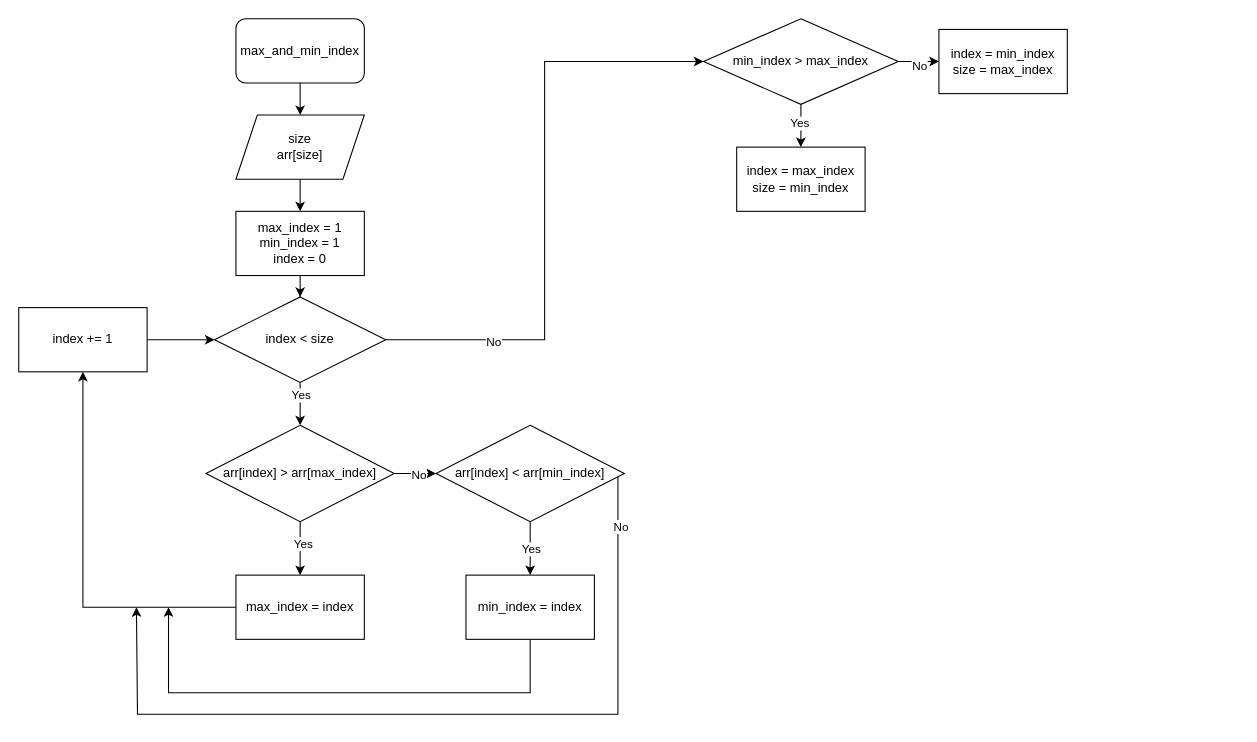
Before: max_and_min_index.drawio in beemaster1972/beegeek, a draw.io diagram. Source tidied: cells renumbered, new cells numbered last; positions are measured from the earlier drawing's top-left corner, leaving out a move shared by most shapes. Both pictures are drawn from the tidied source at 107%, with x=0, y=0 at pixel (18, 18).
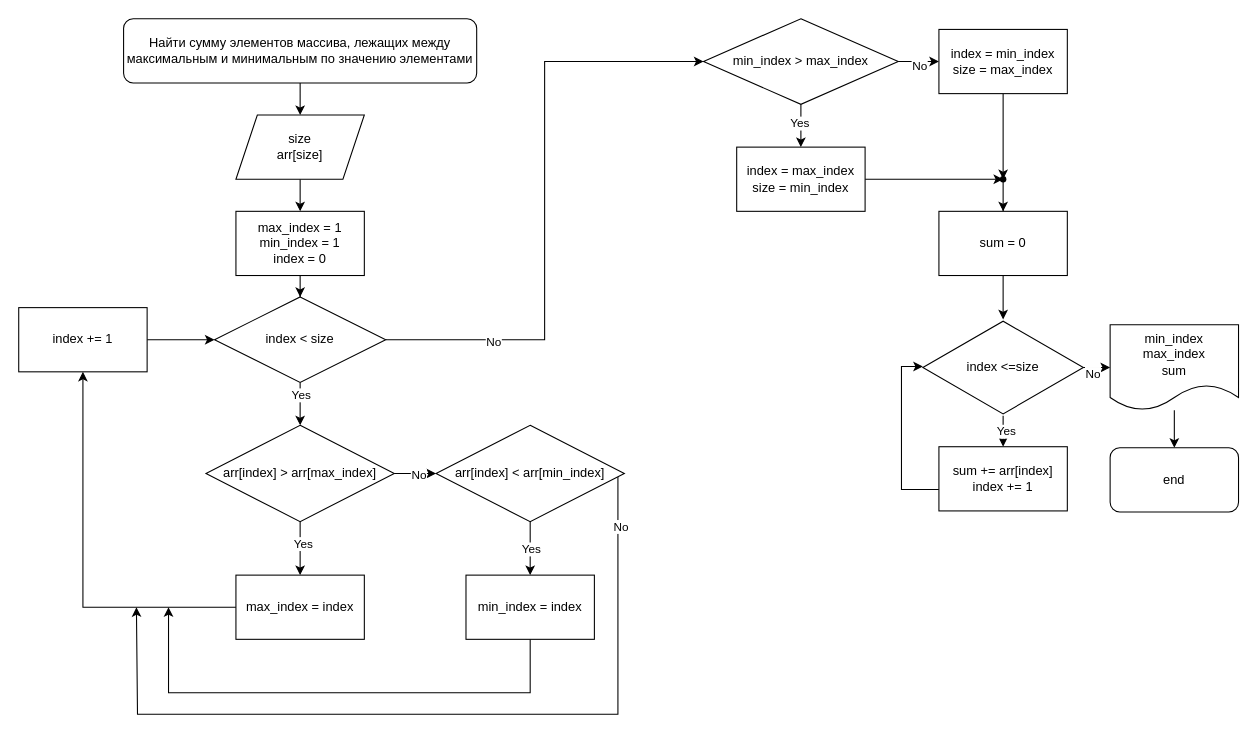
The same page after the edit.

Unchanged cells that the change refers to:
```xml
<mxCell id="35" value="index = max_index&lt;br&gt;size = min_index" style="rounded=0;whiteSpace=wrap;html=1;" parent="1" vertex="1">
  <mxGeometry x="671" y="120" width="120" height="60" as="geometry" />
</mxCell>
<mxCell id="36" value="index = min_index&lt;br&gt;size = max_index" style="rounded=0;whiteSpace=wrap;html=1;" parent="1" vertex="1">
  <mxGeometry x="860" y="10" width="120" height="60" as="geometry" />
</mxCell>
```

What changed in the source:
```diff
@@
-    <mxCell id="3" value="max_and_min_index" style="rounded=1;whiteSpace=wrap;html=1;" parent="1" vertex="1">
-      <mxGeometry x="203" width="120" height="60" as="geometry" />
+    <mxCell id="3" value="Найти сумму элементов массива, лежащих между максимальным и минимальным по значению элементами" style="rounded=1;whiteSpace=wrap;html=1;" parent="1" vertex="1">
+      <mxGeometry x="98" width="330" height="60" as="geometry" />
     </mxCell>
@@
+    <mxCell id="37" style="edgeStyle=orthogonalEdgeStyle;rounded=0;jettySize=auto;html=1;" parent="1" edge="1" source="35" target="40">
+      <mxGeometry relative="1" as="geometry" />
+    </mxCell>
@@
+    <mxCell id="38" style="edgeStyle=orthogonalEdgeStyle;rounded=0;jettySize=auto;html=1;" parent="1" edge="1" source="36" target="40">
+      <mxGeometry relative="1" as="geometry" />
+    </mxCell>
@@
+    <mxCell id="39" style="edgeStyle=orthogonalEdgeStyle;rounded=0;jettySize=auto;html=1;" parent="1" edge="1" source="40" target="47">
+      <mxGeometry relative="1" as="geometry" />
+    </mxCell>
+    <mxCell id="40" style="shape=waypoint;sketch=0;size=6;points=[];fillColor=default;perimeter=centerPerimeter;snapToPoint=1;rounded=0;" parent="1" vertex="1">
+      <mxGeometry x="910" y="140" width="20" height="20" as="geometry" />
+    </mxCell>
+    <mxCell id="41" style="edgeStyle=orthogonalEdgeStyle;rounded=0;jettySize=auto;html=1;" parent="1" edge="1" source="45" target="49">
+      <mxGeometry relative="1" as="geometry" />
+    </mxCell>
+    <mxCell id="42" value="Yes" style="edgeLabel;html=1;align=center;verticalAlign=middle;" parent="41" vertex="1">
+      <mxGeometry x="0.41" y="2" relative="1" as="geometry" />
+    </mxCell>
+    <mxCell id="43" style="edgeStyle=orthogonalEdgeStyle;rounded=0;jettySize=auto;html=1;" parent="1" edge="1" source="45" target="51">
+      <mxGeometry relative="1" as="geometry" />
+    </mxCell>
+    <mxCell id="44" value="No" style="edgeLabel;html=1;align=center;verticalAlign=middle;" parent="43" vertex="1">
+      <mxGeometry x="0.38" y="-5" relative="1" as="geometry" />
+    </mxCell>
+    <mxCell id="45" value="index &amp;lt;=size" style="html=1;whiteSpace=wrap;shape=isoRectangle;" parent="1" vertex="1">
+      <mxGeometry x="845" y="281" width="150" height="90" as="geometry" />
+    </mxCell>
+    <mxCell id="46" style="edgeStyle=orthogonalEdgeStyle;rounded=0;jettySize=auto;html=1;" parent="1" edge="1" source="47" target="45">
+      <mxGeometry relative="1" as="geometry" />
+    </mxCell>
+    <mxCell id="47" value="sum = 0" style="rounded=0;whiteSpace=wrap;html=1;" parent="1" vertex="1">
+      <mxGeometry x="860" y="180" width="120" height="60" as="geometry" />
+    </mxCell>
+    <mxCell id="48" style="edgeStyle=orthogonalEdgeStyle;rounded=0;jettySize=auto;html=1;entryX=0;entryY=0.489;entryDx=0;entryDy=0;entryPerimeter=0;" parent="1" edge="1" source="49" target="45">
+      <mxGeometry relative="1" as="geometry">
+        <Array as="points">
+          <mxPoint x="825" y="440" />
+          <mxPoint x="825" y="325" />
+        </Array>
+      </mxGeometry>
+    </mxCell>
+    <mxCell id="49" value="sum += arr[index]&lt;br&gt;index += 1" style="rounded=0;whiteSpace=wrap;html=1;" parent="1" vertex="1">
+      <mxGeometry x="860" y="400" width="120" height="60" as="geometry" />
+    </mxCell>
+    <mxCell id="50" style="edgeStyle=orthogonalEdgeStyle;rounded=0;jettySize=auto;html=1;" parent="1" edge="1" source="51" target="52">
+      <mxGeometry relative="1" as="geometry" />
+    </mxCell>
+    <mxCell id="51" value="min_index&lt;br&gt;max_index&lt;br&gt;sum" style="shape=document;whiteSpace=wrap;html=1;boundedLbl=1;" parent="1" vertex="1">
+      <mxGeometry x="1020" y="286" width="120" height="80" as="geometry" />
+    </mxCell>
+    <mxCell id="52" value="end" style="rounded=1;whiteSpace=wrap;html=1;" parent="1" vertex="1">
+      <mxGeometry x="1020" y="401" width="120" height="60" as="geometry" />
+    </mxCell>
```
